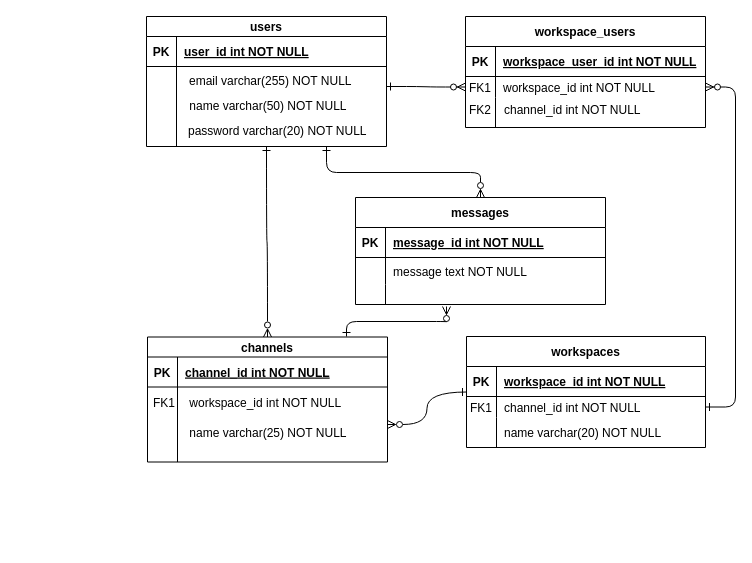
This is api/ER.drawio from jun-sugawara/Norack, a draw.io file, before an edit. Source tidied: cells renumbered, new cells numbered last; positions are measured from the earlier drawing's top-left corner, leaving out a move shared by most shapes. Both pictures are drawn from the tidied source at 100%, with x=0, y=0 at pixel (146, 16).
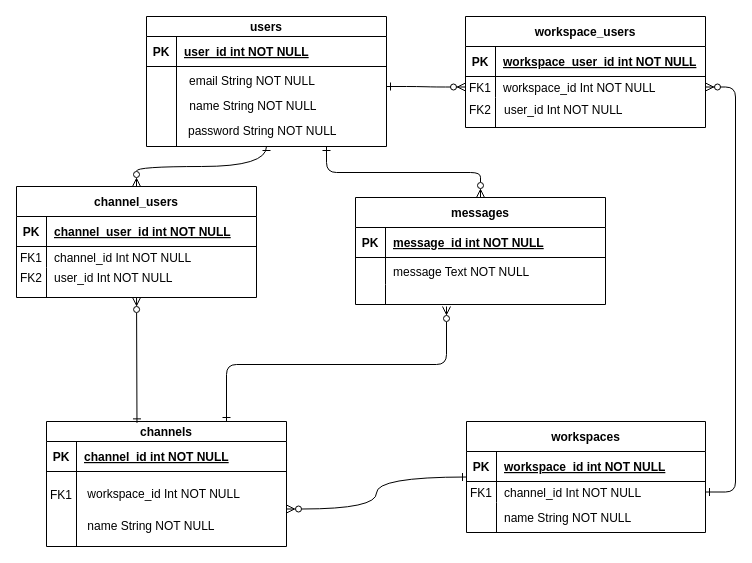
Above is the later version.

Commit message:
NOR-4: 中間テーブル追加

Unchanged cells that the change refers to:
```xml
<mxCell id="7" style="shape=partialRectangle;fillColor=none;points=[[0,0.5],[1,0.5]];portConstraint=eastwest;top=0;left=0;right=0;bottom=0;" parent="3" vertex="1">
  <mxGeometry y="60" width="239" height="21" as="geometry" />
</mxCell>
<mxCell id="10" style="shape=partialRectangle;fillColor=none;top=0;left=0;right=0;bottom=0;" parent="3" vertex="1">
  <mxGeometry y="81" width="239" height="30" as="geometry" />
</mxCell>
<mxCell id="18" style="shape=partialRectangle;fillColor=none;top=0;left=0;right=0;bottom=0;" parent="14" vertex="1">
  <mxGeometry y="60" width="250" height="27" as="geometry" />
</mxCell>
<mxCell id="25" value="users" style="shape=table;startSize=20;childLayout=tableLayout;rowLines=0;fontStyle=1;align=center;strokeWidth=1;" parent="1" vertex="1">
  <mxGeometry width="240" height="130" as="geometry" />
</mxCell>
<mxCell id="49" style="shape=partialRectangle;fillColor=none;points=[[0,0.5],[1,0.5]];portConstraint=eastwest;top=0;left=0;right=0;bottom=0;" parent="45" vertex="1">
  <mxGeometry y="60" width="240" height="21" as="geometry" />
</mxCell>
<mxCell id="56" style="shape=partialRectangle;fillColor=none;top=0;left=0;right=0;bottom=0;" parent="1" vertex="1">
  <mxGeometry x="320" y="82" width="240" height="21" as="geometry" />
</mxCell>
```

Diff of the diagram source:
```diff
@@
     <mxCell id="3" value="workspaces" style="shape=table;startSize=30;childLayout=tableLayout;rowLines=0;fontStyle=1;align=center;" parent="1" vertex="1">
-      <mxGeometry x="320" y="320" width="239" height="111" as="geometry" />
+      <mxGeometry x="320" y="405" width="239" height="111" as="geometry" />
     </mxCell>
@@
-    <mxCell id="9" value="channel_id int NOT NULL" style="shape=partialRectangle;overflow=hidden;fillColor=none;top=0;left=0;bottom=0;right=0;align=left;spacingLeft=6;" parent="7" vertex="1">
+    <mxCell id="9" value="channel_id Int NOT NULL" style="shape=partialRectangle;overflow=hidden;fillColor=none;top=0;left=0;bottom=0;right=0;align=left;spacingLeft=6;" parent="7" vertex="1">
       <mxGeometry x="30" width="209" height="21" as="geometry" />
     </mxCell>
@@
-    <mxCell id="12" value="name varchar(20) NOT NULL" style="shape=partialRectangle;overflow=hidden;fillColor=none;top=0;left=0;bottom=0;right=0;align=left;spacingLeft=6;" parent="10" vertex="1">
+    <mxCell id="12" value="name String NOT NULL" style="shape=partialRectangle;overflow=hidden;fillColor=none;top=0;left=0;bottom=0;right=0;align=left;spacingLeft=6;" parent="10" vertex="1">
       <mxGeometry x="30" width="209" height="30" as="geometry" />
     </mxCell>
@@
-    <mxCell id="20" value="message text NOT NULL" style="shape=partialRectangle;overflow=hidden;fillColor=none;top=0;left=0;bottom=0;right=0;align=left;spacingLeft=6;" parent="18" vertex="1">
+    <mxCell id="20" value="message Text NOT NULL" style="shape=partialRectangle;overflow=hidden;fillColor=none;top=0;left=0;bottom=0;right=0;align=left;spacingLeft=6;" parent="18" vertex="1">
       <mxGeometry x="30" width="220" height="27" as="geometry" />
     </mxCell>
@@
-    <mxCell id="24" style="html=1;entryX=0.5;entryY=0;entryDx=0;entryDy=0;strokeColor=default;endArrow=ERzeroToMany;endFill=0;startArrow=ERone;startFill=0;edgeStyle=orthogonalEdgeStyle;curved=1;strokeWidth=1;" parent="1" edge="1" source="25" target="35">
+    <mxCell id="24" style="html=1;entryX=0.5;entryY=0;entryDx=0;entryDy=0;strokeColor=default;endArrow=ERzeroToMany;endFill=0;startArrow=ERone;startFill=0;edgeStyle=orthogonalEdgeStyle;curved=1;strokeWidth=1;" parent="1" edge="1" source="25" target="61">
       <mxGeometry relative="1" as="geometry" />
     </mxCell>
@@
-    <mxCell id="32" value="email varchar(255) NOT NULL" style="shape=partialRectangle;overflow=hidden;fillColor=none;top=0;left=0;bottom=0;right=0;align=left;spacingLeft=6;" parent="1" vertex="1">
+    <mxCell id="32" value="email String NOT NULL" style="shape=partialRectangle;overflow=hidden;fillColor=none;top=0;left=0;bottom=0;right=0;align=left;spacingLeft=6;" parent="1" vertex="1">
       <mxGeometry x="35" y="45" width="220" height="38" as="geometry" />
     </mxCell>
-    <mxCell id="33" value="password varchar(20) NOT NULL" style="shape=partialRectangle;overflow=hidden;fillColor=none;top=0;left=0;bottom=0;right=0;align=left;spacingLeft=6;" parent="1" vertex="1">
+    <mxCell id="33" value="password String NOT NULL" style="shape=partialRectangle;overflow=hidden;fillColor=none;top=0;left=0;bottom=0;right=0;align=left;spacingLeft=6;" parent="1" vertex="1">
       <mxGeometry x="34" y="99" width="220" height="30" as="geometry" />
     </mxCell>
-    <mxCell id="34" value=" name varchar(50) NOT NULL" style="shape=partialRectangle;overflow=hidden;fillColor=none;top=0;left=0;bottom=0;right=0;align=left;spacingLeft=6;" parent="1" vertex="1">
+    <mxCell id="34" value=" name String NOT NULL" style="shape=partialRectangle;overflow=hidden;fillColor=none;top=0;left=0;bottom=0;right=0;align=left;spacingLeft=6;" parent="1" vertex="1">
       <mxGeometry x="32" y="70" width="220" height="38" as="geometry" />
     </mxCell>
     <mxCell id="35" value="channels" style="shape=table;startSize=20;childLayout=tableLayout;rowLines=0;fontStyle=1;align=center;strokeWidth=1;" parent="1" vertex="1">
-      <mxGeometry x="1" y="320.5" width="240" height="125" as="geometry" />
+      <mxGeometry x="-100" y="405" width="240" height="125" as="geometry" />
     </mxCell>
@@
-    <mxCell id="42" value=" name varchar(25) NOT NULL" style="shape=partialRectangle;overflow=hidden;fillColor=none;top=0;left=0;bottom=0;right=0;align=left;spacingLeft=6;" parent="1" vertex="1">
-      <mxGeometry x="32" y="397" width="220" height="38" as="geometry" />
+    <mxCell id="42" value=" name String NOT NULL" style="shape=partialRectangle;overflow=hidden;fillColor=none;top=0;left=0;bottom=0;right=0;align=left;spacingLeft=6;" parent="1" vertex="1">
+      <mxGeometry x="-70" y="490" width="220" height="38" as="geometry" />
     </mxCell>
-    <mxCell id="43" value=" workspace_id int NOT NULL" style="shape=partialRectangle;overflow=hidden;fillColor=none;top=0;left=0;bottom=0;right=0;align=left;spacingLeft=6;" parent="1" vertex="1">
-      <mxGeometry x="32" y="367" width="220" height="38" as="geometry" />
+    <mxCell id="43" value=" workspace_id Int NOT NULL" style="shape=partialRectangle;overflow=hidden;fillColor=none;top=0;left=0;bottom=0;right=0;align=left;spacingLeft=6;" parent="1" vertex="1">
+      <mxGeometry x="-70" y="458" width="220" height="38" as="geometry" />
     </mxCell>
     <mxCell id="44" value="FK1" style="shape=partialRectangle;overflow=hidden;fillColor=none;top=0;left=0;bottom=0;right=0;" parent="1" vertex="1">
-      <mxGeometry x="3" y="375.5" width="30" height="21" as="geometry" />
+      <mxGeometry x="-100" y="467" width="30" height="21" as="geometry" />
     </mxCell>
@@
-    <mxCell id="51" value="workspace_id int NOT NULL" style="shape=partialRectangle;overflow=hidden;fillColor=none;top=0;left=0;bottom=0;right=0;align=left;spacingLeft=6;" parent="49" vertex="1">
+    <mxCell id="51" value="workspace_id Int NOT NULL" style="shape=partialRectangle;overflow=hidden;fillColor=none;top=0;left=0;bottom=0;right=0;align=left;spacingLeft=6;" parent="49" vertex="1">
       <mxGeometry x="30" width="210" height="21" as="geometry" />
     </mxCell>
@@
-    <mxCell id="57" value="channel_id int NOT NULL" style="shape=partialRectangle;overflow=hidden;fillColor=none;top=0;left=0;bottom=0;right=0;align=left;spacingLeft=6;" parent="56" vertex="1">
+    <mxCell id="57" value="user_id Int NOT NULL" style="shape=partialRectangle;overflow=hidden;fillColor=none;top=0;left=0;bottom=0;right=0;align=left;spacingLeft=6;" parent="56" vertex="1">
       <mxGeometry x="30" width="210" height="21" as="geometry" />
     </mxCell>
@@
-    <mxCell id="60" style="edgeStyle=elbowEdgeStyle;orthogonalLoop=1;jettySize=auto;html=1;strokeColor=default;strokeWidth=1;startArrow=ERone;startFill=0;endArrow=ERzeroToMany;endFill=0;elbow=vertical;" parent="1" edge="1">
+    <mxCell id="60" style="edgeStyle=elbowEdgeStyle;jettySize=auto;html=1;strokeColor=default;strokeWidth=1;startArrow=ERone;startFill=0;endArrow=ERzeroToMany;endFill=0;elbow=vertical;exitX=0.75;exitY=0;exitDx=0;exitDy=0;" parent="1" edge="1" source="35">
       <mxGeometry relative="1" as="geometry">
-        <mxPoint x="200" y="320" as="sourcePoint" />
         <mxPoint x="300" y="290" as="targetPoint" />
       </mxGeometry>
     </mxCell>
+    <mxCell id="61" value="channel_users" style="shape=table;startSize=30;childLayout=tableLayout;rowLines=0;fontStyle=1;align=center;" parent="1" vertex="1">
+      <mxGeometry x="-130" y="170" width="240" height="111" as="geometry" />
+    </mxCell>
+    <mxCell id="62" style="shape=partialRectangle;fillColor=none;top=0;left=0;right=0;bottom=1;" parent="61" vertex="1">
+      <mxGeometry y="30" width="240" height="30" as="geometry" />
+    </mxCell>
+    <mxCell id="63" value="PK" style="shape=partialRectangle;overflow=hidden;fillColor=none;top=0;left=0;bottom=0;right=0;fontStyle=1;" parent="62" vertex="1">
+      <mxGeometry width="30" height="30" as="geometry" />
+    </mxCell>
+    <mxCell id="64" value="channel_user_id int NOT NULL " style="shape=partialRectangle;overflow=hidden;fillColor=none;top=0;left=0;bottom=0;right=0;align=left;spacingLeft=6;fontStyle=5;" parent="62" vertex="1">
+      <mxGeometry x="30" width="210" height="30" as="geometry" />
+    </mxCell>
+    <mxCell id="65" style="shape=partialRectangle;fillColor=none;top=0;left=0;right=0;bottom=0;" parent="61" vertex="1">
+      <mxGeometry y="60" width="240" height="21" as="geometry" />
+    </mxCell>
+    <mxCell id="66" value="FK1" style="shape=partialRectangle;overflow=hidden;fillColor=none;top=0;left=0;bottom=0;right=0;" parent="65" vertex="1">
+      <mxGeometry width="30" height="21" as="geometry" />
+    </mxCell>
+    <mxCell id="67" value="channel_id Int NOT NULL" style="shape=partialRectangle;overflow=hidden;fillColor=none;top=0;left=0;bottom=0;right=0;align=left;spacingLeft=6;" parent="65" vertex="1">
+      <mxGeometry x="30" width="210" height="21" as="geometry" />
+    </mxCell>
+    <mxCell id="68" style="shape=partialRectangle;fillColor=none;points=[[0,0.5],[1,0.5]];portConstraint=eastwest;top=0;left=0;right=0;bottom=0;" parent="61" vertex="1">
+      <mxGeometry y="81" width="240" height="30" as="geometry" />
+    </mxCell>
+    <mxCell id="69" style="shape=partialRectangle;overflow=hidden;fillColor=none;top=0;left=0;bottom=0;right=0;" parent="68" vertex="1">
+      <mxGeometry width="30" height="30" as="geometry" />
+    </mxCell>
+    <mxCell id="70" style="shape=partialRectangle;overflow=hidden;fillColor=none;top=0;left=0;bottom=0;right=0;align=left;spacingLeft=6;" parent="68" vertex="1">
+      <mxGeometry x="30" width="210" height="30" as="geometry" />
+    </mxCell>
+    <mxCell id="71" value="FK2" style="shape=partialRectangle;overflow=hidden;fillColor=none;top=0;left=0;bottom=0;right=0;" parent="1" vertex="1">
+      <mxGeometry x="-130" y="250" width="30" height="21" as="geometry" />
+    </mxCell>
+    <mxCell id="72" style="shape=partialRectangle;fillColor=none;top=0;left=0;right=0;bottom=0;" parent="1" vertex="1">
+      <mxGeometry x="-130" y="250" width="240" height="21" as="geometry" />
+    </mxCell>
+    <mxCell id="73" value="user_id Int NOT NULL" style="shape=partialRectangle;overflow=hidden;fillColor=none;top=0;left=0;bottom=0;right=0;align=left;spacingLeft=6;" parent="72" vertex="1">
+      <mxGeometry x="30" width="210" height="21" as="geometry" />
+    </mxCell>
+    <mxCell id="74" style="edgeStyle=none;jettySize=auto;html=1;strokeColor=default;strokeWidth=1;startArrow=ERone;startFill=0;endArrow=ERzeroToMany;endFill=0;elbow=vertical;exitX=0.377;exitY=0.011;exitDx=0;exitDy=0;exitPerimeter=0;" parent="1" edge="1" source="35" target="68">
+      <mxGeometry relative="1" as="geometry" />
+    </mxCell>
```
